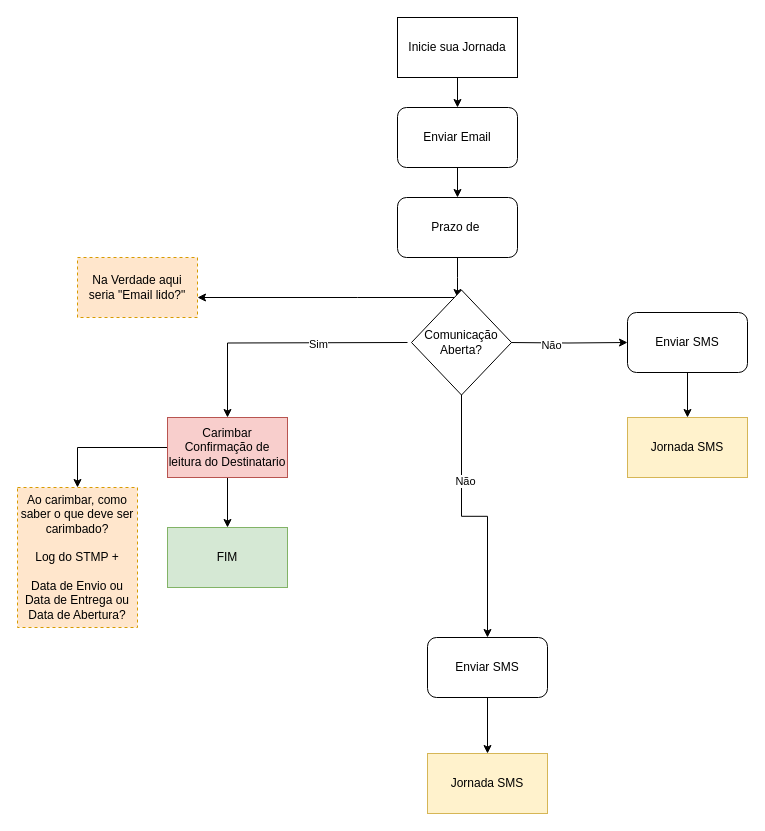
caio-bueno/draws-valid keeps this draw.io diagram as page "Desenho Jornada Email" (4 of 8) of Diagrama Carimbo.drawio. Above is the earlier version. Source tidied: cells renumbered, new cells numbered last; positions are measured from the earlier drawing's top-left corner, leaving out a move shared by most shapes. Both pictures are drawn from the tidied source at 100%, with x=0, y=0 at pixel (17, 17).
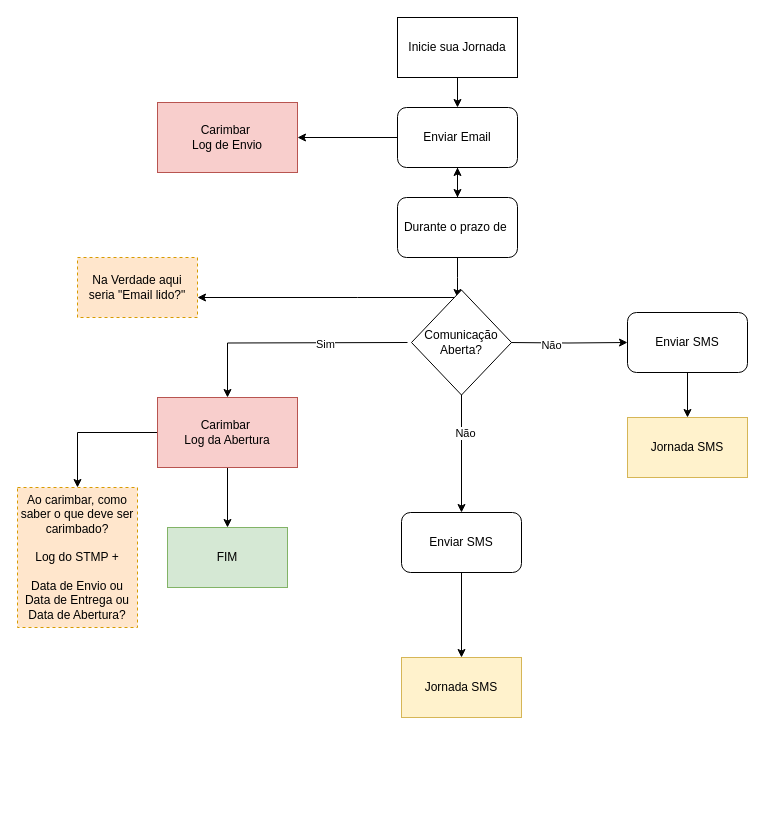
The same page after the edit.

The change refers to these unchanged cells:
```xml
<mxCell id="5" value="Enviar Email" style="rounded=1;whiteSpace=wrap;html=1;" parent="1" vertex="1">
  <mxGeometry x="380" y="90" width="120" height="60" as="geometry" />
</mxCell>
```

The edit, as a diff of the source:
```diff
@@
+    <mxCell id="28" style="edgeStyle=orthogonalEdgeStyle;rounded=0;jettySize=auto;html=1;" parent="1" edge="1" source="5" target="30">
+      <mxGeometry relative="1" as="geometry" />
+    </mxCell>
@@
+    <mxCell id="29" style="edgeStyle=orthogonalEdgeStyle;rounded=0;jettySize=auto;html=1;" parent="1" edge="1" source="7" target="5">
+      <mxGeometry relative="1" as="geometry" />
+    </mxCell>
-    <mxCell id="7" value="Prazo de&amp;nbsp;" style="whiteSpace=wrap;html=1;rounded=1;" parent="1" vertex="1">
+    <mxCell id="7" value="Durante o prazo de&amp;nbsp;" style="whiteSpace=wrap;html=1;rounded=1;" parent="1" vertex="1">
       <mxGeometry x="380" y="180" width="120" height="60" as="geometry" />
     </mxCell>
@@
     <mxCell id="19" value="Enviar SMS" style="rounded=1;whiteSpace=wrap;html=1;" parent="1" vertex="1">
-      <mxGeometry x="410" y="620" width="120" height="60" as="geometry" />
+      <mxGeometry x="384" y="495" width="120" height="60" as="geometry" />
     </mxCell>
@@
     <mxCell id="22" value="Jornada SMS" style="rounded=0;whiteSpace=wrap;html=1;fillColor=#fff2cc;strokeColor=#d6b656;" parent="1" vertex="1">
-      <mxGeometry x="410" y="736" width="120" height="60" as="geometry" />
+      <mxGeometry x="384" y="640" width="120" height="60" as="geometry" />
     </mxCell>
@@
-    <mxCell id="25" value="Carimbar Confirmação de leitura do Destinatario" style="rounded=0;whiteSpace=wrap;html=1;fillColor=#f8cecc;strokeColor=#b85450;" parent="1" vertex="1">
-      <mxGeometry x="150" y="400" width="120" height="60" as="geometry" />
+    <mxCell id="25" value="Carimbar&amp;nbsp;&lt;div&gt;Log da Abertura&lt;/div&gt;" style="rounded=0;whiteSpace=wrap;html=1;fillColor=#f8cecc;strokeColor=#b85450;" parent="1" vertex="1">
+      <mxGeometry x="140" y="380" width="140" height="70" as="geometry" />
     </mxCell>
@@
+    <mxCell id="30" value="Carimbar&amp;nbsp;&lt;div&gt;Log de Envio&lt;/div&gt;" style="rounded=0;whiteSpace=wrap;html=1;fillColor=#f8cecc;strokeColor=#b85450;" parent="1" vertex="1">
+      <mxGeometry x="140" y="85" width="140" height="70" as="geometry" />
+    </mxCell>
```
